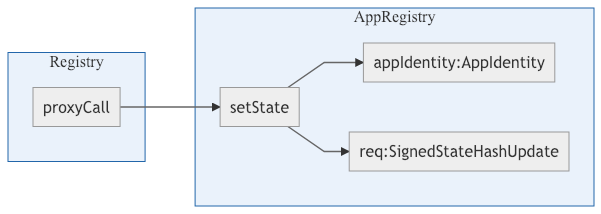
Above: build/setstate-protocol-commitment.png in counterfactual/monorepo (Mermaid), before the change. Its source is kept beside it as diagrams/setstate-protocol-commitment.mmd. Its diagram source:
```mermaid
graph LR
    subgraph Registry
        proxyCall
    end
    subgraph AppRegistry
        setState
        proxyCall-->setState
        setState-->appIdentity:AppIdentity
        setState-->req:SignedStateHashUpdate
    end
```
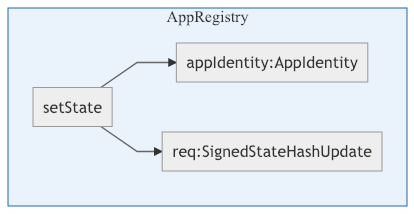
Above is the later version.

The edit, as a diff of the source:
```diff
@@ -1,10 +1,6 @@
 graph LR
-    subgraph Registry
-        proxyCall
-    end
     subgraph AppRegistry
         setState
-        proxyCall-->setState
         setState-->appIdentity:AppIdentity
         setState-->req:SignedStateHashUpdate
     end
```
